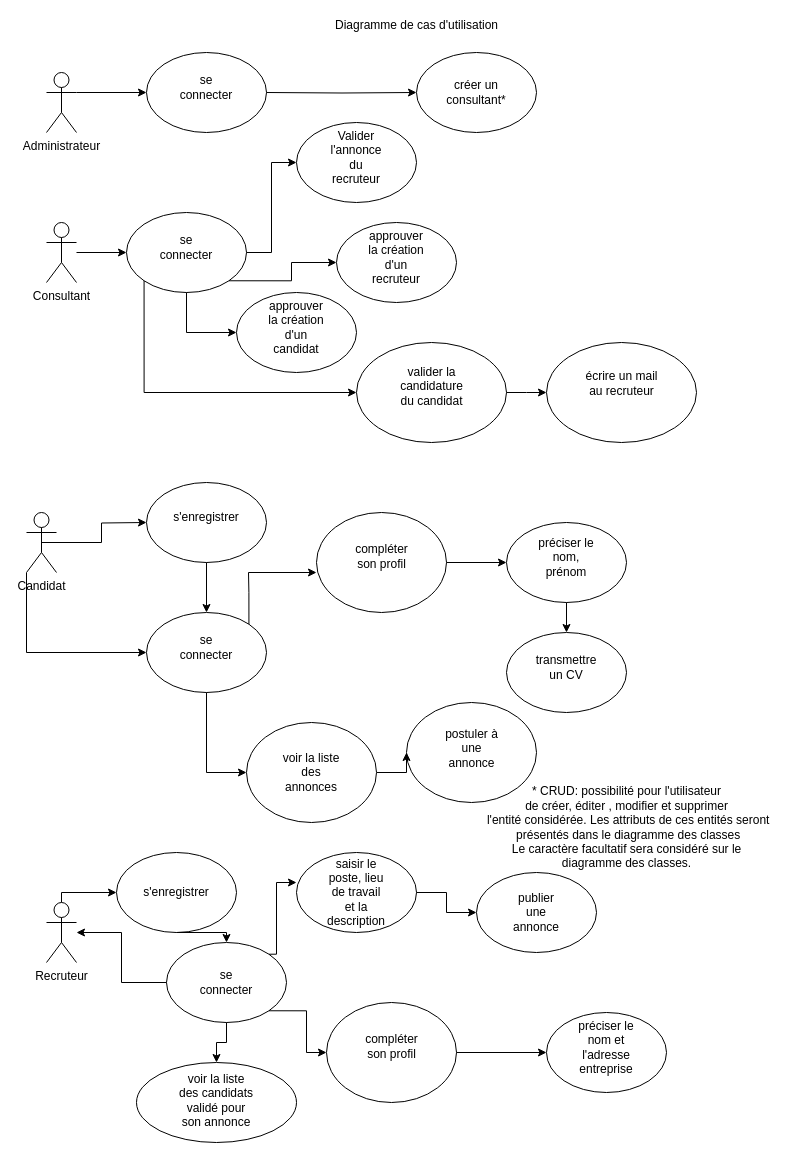
The draw.io diagram TRT Conseil/fonctionnalités_trt.drawio in cyrisa02/diagrammes-UML, before the edit. Source tidied: cells renumbered, new cells numbered last; positions are measured from the earlier drawing's top-left corner, leaving out a move shared by most shapes. Both pictures are drawn from the tidied source at 100%, with x=0, y=0 at pixel (26, 17).
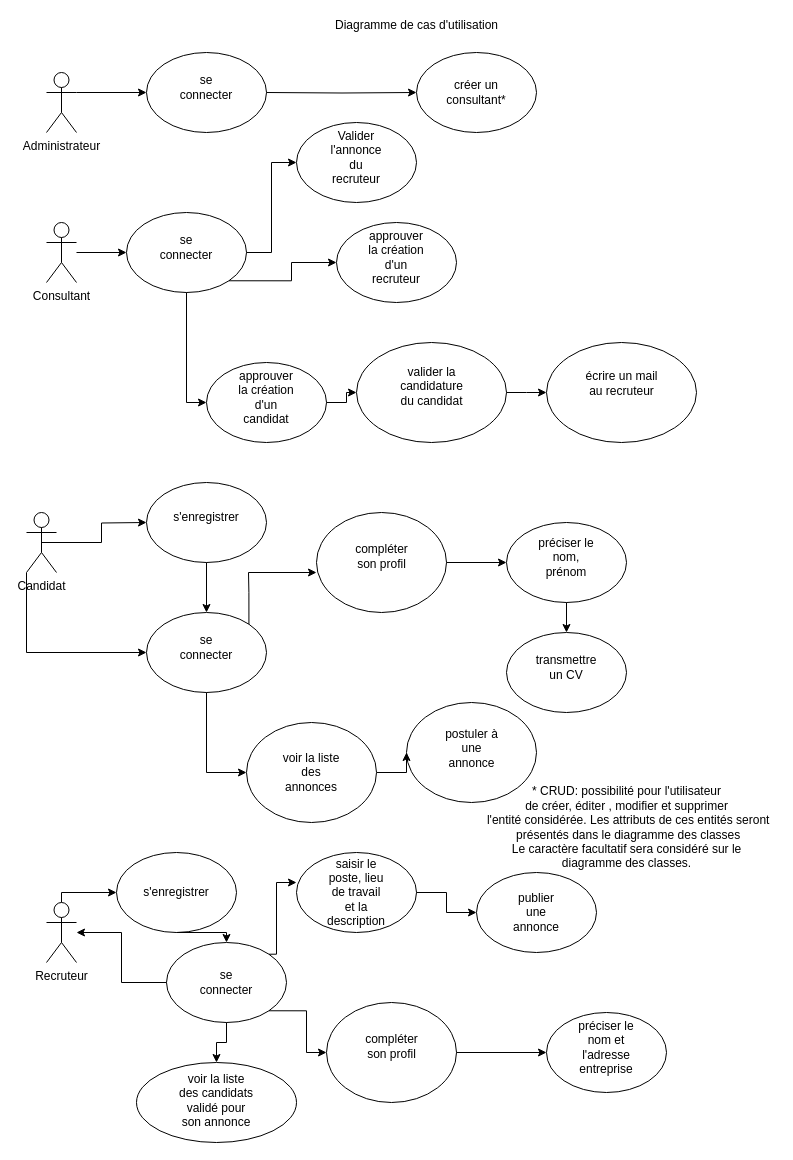
After the change.

The change refers to these unchanged cells:
```xml
<mxCell id="4" style="ellipse;whiteSpace=wrap;html=1;" parent="3" vertex="1">
  <mxGeometry width="120" height="80" as="geometry" />
</mxCell>
<mxCell id="16" style="ellipse;whiteSpace=wrap;html=1;" parent="15" vertex="1">
  <mxGeometry width="150" height="100" as="geometry" />
</mxCell>
<mxCell id="33" style="ellipse;whiteSpace=wrap;html=1;" parent="32" vertex="1">
  <mxGeometry width="120" height="80" as="geometry" />
</mxCell>
```

What changed in the source:
```diff
@@
     <mxCell id="32" style="group;" parent="1" vertex="1">
-      <mxGeometry x="210" y="275" width="120" height="80" as="geometry" />
+      <mxGeometry x="180" y="345" width="120" height="80" as="geometry" />
     </mxCell>
@@
-    <mxCell id="40" style="edgeStyle=orthogonalEdgeStyle;rounded=0;jettySize=auto;html=1;exitX=0.5;exitY=1;exitDx=0;exitDy=0;entryX=0;entryY=0.5;entryDx=0;entryDy=0;" parent="1" edge="1" source="4" target="33">
-      <mxGeometry relative="1" as="geometry" />
-    </mxCell>
-    <mxCell id="41" style="edgeStyle=orthogonalEdgeStyle;rounded=0;jettySize=auto;html=1;exitX=0;exitY=1;exitDx=0;exitDy=0;" parent="1" edge="1" source="4">
-      <mxGeometry relative="1" as="geometry">
-        <mxPoint x="330" y="375" as="targetPoint" />
-        <Array as="points">
-          <mxPoint x="118" y="375" />
-        </Array>
-      </mxGeometry>
-    </mxCell>
@@
+    <mxCell id="40" style="edgeStyle=orthogonalEdgeStyle;rounded=0;jettySize=auto;html=1;exitX=0.5;exitY=1;exitDx=0;exitDy=0;entryX=0;entryY=0.5;entryDx=0;entryDy=0;" parent="1" edge="1" source="4" target="33">
+      <mxGeometry relative="1" as="geometry" />
+    </mxCell>
+    <mxCell id="97" style="edgeStyle=orthogonalEdgeStyle;rounded=0;jettySize=auto;html=1;exitX=1;exitY=0.5;exitDx=0;exitDy=0;" parent="1" edge="1" source="33" target="16">
+      <mxGeometry relative="1" as="geometry" />
+    </mxCell>
```
